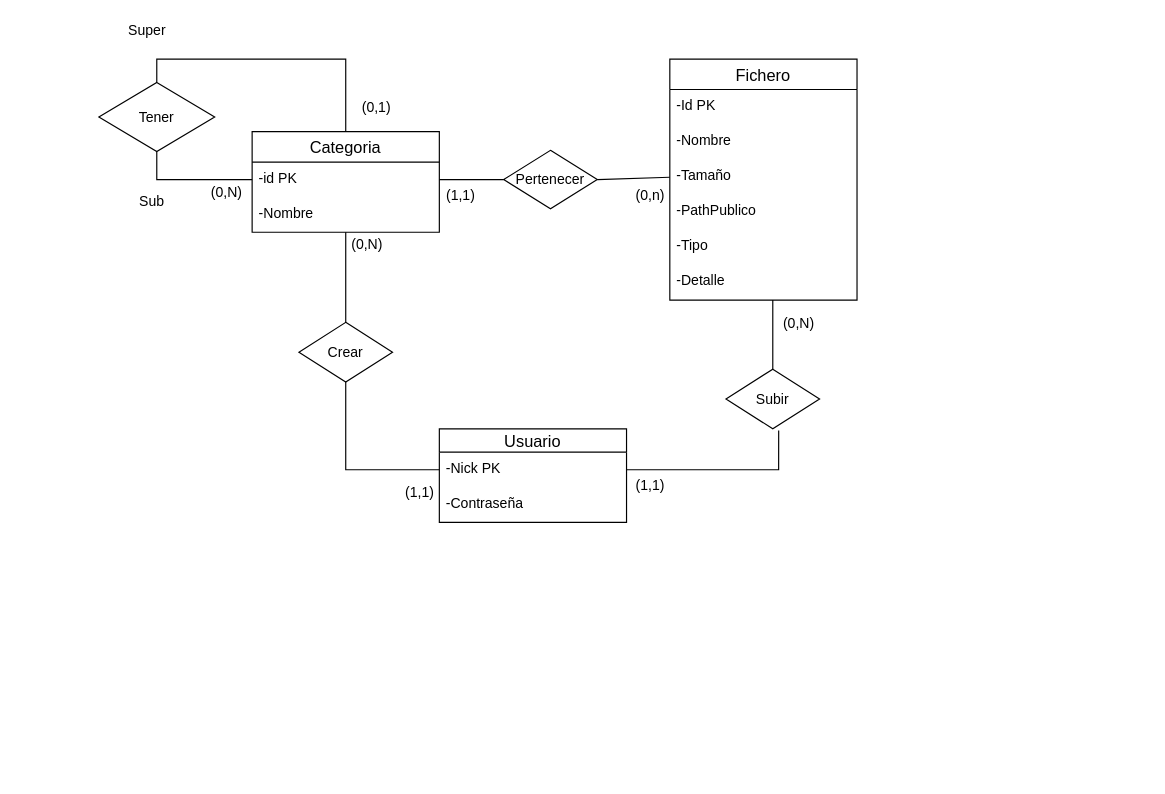
Above: diagramaProyectoMultimedia.drawio.xml in JoanHurtadoKuin/ProyectoGestorMultimedia (draw.io), before the change. Source tidied: cells renumbered, new cells numbered last; positions are measured from the earlier drawing's top-left corner, leaving out a move shared by most shapes. Both pictures are drawn from the tidied source at 117%, with x=0, y=0 at pixel (98, 20).
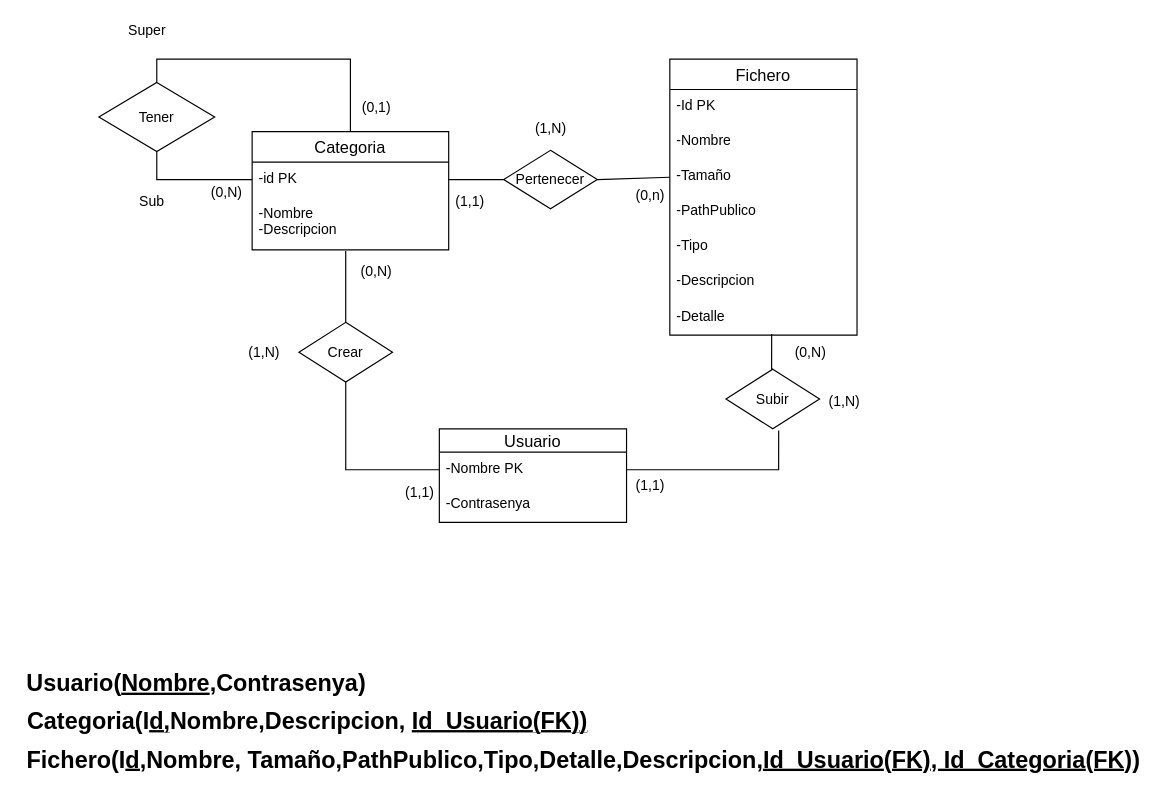
Above is the later version.

The change refers to these unchanged cells:
```xml
<mxCell id="2" value="Usuario" style="swimlane;fontStyle=0;horizontal=1;startSize=20;align=center;fontSize=14;" parent="1" vertex="1">
  <mxGeometry x="291" y="349" width="160" height="80" as="geometry" />
</mxCell>
<mxCell id="21" value="Subir" style="rhombus;whiteSpace=wrap;html=1;" parent="1" vertex="1">
  <mxGeometry x="536" y="298" width="80" height="51" as="geometry" />
</mxCell>
<mxCell id="26" value="Crear" style="rhombus;whiteSpace=wrap;html=1;" parent="1" vertex="1">
  <mxGeometry x="171" y="258" width="80" height="51" as="geometry" />
</mxCell>
```

Change to the diagram source:
```diff
@@
-    <mxCell id="3" value="-Nick PK" style="text;strokeColor=none;fillColor=none;spacingLeft=4;spacingRight=4;overflow=hidden;points=[[0,0.5],[1,0.5]];portConstraint=eastwest;fontSize=12;" parent="2" vertex="1">
+    <mxCell id="3" value="-Nombre PK" style="text;strokeColor=none;fillColor=none;spacingLeft=4;spacingRight=4;overflow=hidden;points=[[0,0.5],[1,0.5]];portConstraint=eastwest;fontSize=12;" parent="2" vertex="1">
       <mxGeometry y="20" width="160" height="30" as="geometry" />
     </mxCell>
-    <mxCell id="4" value="-Contraseña" style="text;strokeColor=none;fillColor=none;spacingLeft=4;spacingRight=4;overflow=hidden;fontSize=12;" parent="2" vertex="1">
+    <mxCell id="4" value="-Contrasenya" style="text;strokeColor=none;fillColor=none;spacingLeft=4;spacingRight=4;overflow=hidden;fontSize=12;" parent="2" vertex="1">
       <mxGeometry y="50" width="160" height="30" as="geometry" />
     </mxCell>
     <mxCell id="5" value="Fichero" style="swimlane;fontStyle=0;horizontal=1;startSize=26;align=center;fontSize=14;" parent="1" vertex="1">
-      <mxGeometry x="488" y="33" width="160" height="206" as="geometry" />
+      <mxGeometry x="488" y="33" width="160" height="236" as="geometry" />
     </mxCell>
@@
+    <mxCell id="37" value="-Descripcion" style="text;strokeColor=none;fillColor=none;spacingLeft=4;spacingRight=4;overflow=hidden;fontSize=12;" parent="5" vertex="1">
+      <mxGeometry y="176" width="160" height="30" as="geometry" />
+    </mxCell>
     <mxCell id="11" value="-Detalle" style="text;strokeColor=none;fillColor=none;spacingLeft=4;spacingRight=4;overflow=hidden;points=[[0,0.5],[1,0.5]];portConstraint=eastwest;fontSize=12;" parent="5" vertex="1">
-      <mxGeometry y="176" width="160" height="30" as="geometry" />
+      <mxGeometry y="206" width="160" height="30" as="geometry" />
     </mxCell>
     <mxCell id="12" value="Categoria" style="swimlane;fontStyle=0;horizontal=1;startSize=26;align=center;fontSize=14;fillColor=default;" parent="1" vertex="1">
-      <mxGeometry x="131" y="95" width="160" height="86" as="geometry" />
+      <mxGeometry x="131" y="95" width="168" height="101" as="geometry" />
     </mxCell>
     <mxCell id="13" value="-id PK" style="text;strokeColor=none;fillColor=none;spacingLeft=4;spacingRight=4;overflow=hidden;points=[[0,0.5],[1,0.5]];portConstraint=eastwest;fontSize=12;" parent="12" vertex="1">
-      <mxGeometry y="26" width="160" height="30" as="geometry" />
+      <mxGeometry y="26" width="168" height="30" as="geometry" />
     </mxCell>
-    <mxCell id="14" value="-Nombre" style="text;strokeColor=none;fillColor=none;spacingLeft=4;spacingRight=4;overflow=hidden;points=[[0,0.5],[1,0.5]];portConstraint=eastwest;fontSize=12;" parent="12" vertex="1">
-      <mxGeometry y="56" width="160" height="30" as="geometry" />
+    <mxCell id="14" value="-Nombre&#10;-Descripcion" style="text;strokeColor=none;fillColor=none;spacingLeft=4;spacingRight=4;overflow=hidden;points=[[0,0.5],[1,0.5]];portConstraint=eastwest;fontSize=12;" parent="12" vertex="1">
+      <mxGeometry y="56" width="168" height="45" as="geometry" />
     </mxCell>
@@
     <mxCell id="19" value="(1,1)" style="text;html=1;align=center;verticalAlign=middle;strokeColor=none;fillColor=none;" parent="1" vertex="1">
-      <mxGeometry x="291" y="141" width="35" height="18" as="geometry" />
+      <mxGeometry x="299" y="146" width="35" height="18" as="geometry" />
     </mxCell>
-    <mxCell id="20" style="edgeStyle=orthogonalEdgeStyle;rounded=0;jettySize=auto;html=1;exitX=0.5;exitY=0;exitDx=0;exitDy=0;endArrow=none;endFill=0;" parent="1" edge="1" source="21">
-      <mxGeometry relative="1" as="geometry">
-        <mxPoint x="576" y="239" as="targetPoint" />
-      </mxGeometry>
-    </mxCell>
+    <mxCell id="38" style="edgeStyle=orthogonalEdgeStyle;rounded=0;jettySize=auto;html=1;exitX=0.5;exitY=0;exitDx=0;exitDy=0;entryX=0.544;entryY=0.967;entryDx=0;entryDy=0;entryPerimeter=0;fontSize=20;endArrow=none;endFill=0;" parent="1" edge="1" source="21" target="11">
+      <mxGeometry relative="1" as="geometry" />
+    </mxCell>
@@
     <mxCell id="23" value="(0,N)" style="text;html=1;align=center;verticalAlign=middle;strokeColor=none;fillColor=none;" parent="1" vertex="1">
-      <mxGeometry x="579" y="250" width="37" height="18" as="geometry" />
+      <mxGeometry x="589" y="274.5" width="37" height="18" as="geometry" />
     </mxCell>
@@
-    <mxCell id="25" style="rounded=0;jettySize=auto;html=1;exitX=0.5;exitY=0;exitDx=0;exitDy=0;endArrow=none;endFill=0;" parent="1" edge="1" source="26" target="14">
+    <mxCell id="25" style="edgeStyle=orthogonalEdgeStyle;rounded=0;jettySize=auto;html=1;exitX=0.5;exitY=0;exitDx=0;exitDy=0;entryX=0.476;entryY=1.022;entryDx=0;entryDy=0;entryPerimeter=0;fontSize=20;endArrow=none;endFill=0;" parent="1" edge="1" source="26" target="14">
       <mxGeometry relative="1" as="geometry" />
     </mxCell>
@@
     <mxCell id="28" value="(0,N)" style="text;html=1;align=center;verticalAlign=middle;strokeColor=none;fillColor=none;" parent="1" vertex="1">
-      <mxGeometry x="210" y="183" width="37" height="18" as="geometry" />
+      <mxGeometry x="218" y="206" width="37" height="18" as="geometry" />
     </mxCell>
@@
+    <mxCell id="39" value="(1,N)" style="text;html=1;align=center;verticalAlign=middle;strokeColor=none;fillColor=none;" parent="1" vertex="1">
+      <mxGeometry x="367.5" y="84" width="37" height="18" as="geometry" />
+    </mxCell>
+    <mxCell id="40" value="(1,N)" style="text;html=1;align=center;verticalAlign=middle;strokeColor=none;fillColor=none;" parent="1" vertex="1">
+      <mxGeometry x="122" y="274.5" width="37" height="18" as="geometry" />
+    </mxCell>
+    <mxCell id="41" value="(1,N)" style="text;html=1;align=center;verticalAlign=middle;strokeColor=none;fillColor=none;" parent="1" vertex="1">
+      <mxGeometry x="618" y="317" width="37" height="18" as="geometry" />
+    </mxCell>
+    <mxCell id="42" value="&lt;font style=&quot;font-size: 20px;&quot;&gt;&lt;b&gt;Usuario(&lt;u&gt;Nombre&lt;/u&gt;,Contrasenya)&lt;/b&gt;&lt;/font&gt;" style="text;html=1;align=center;verticalAlign=middle;strokeColor=none;fillColor=none;" parent="1" vertex="1">
+      <mxGeometry x="-67" y="555" width="300" height="21" as="geometry" />
+    </mxCell>
+    <mxCell id="43" value="&lt;b&gt;Categoria(I&lt;u&gt;d,&lt;/u&gt;Nombre,Descripcion, &lt;u&gt;Id_Usuario&lt;/u&gt;&lt;/b&gt;&lt;b&gt;&lt;u&gt;(FK)&lt;/u&gt;&lt;/b&gt;&lt;b&gt;&lt;u&gt;)&lt;/u&gt;&lt;/b&gt;" style="text;html=1;align=center;verticalAlign=middle;strokeColor=none;fillColor=none;fontSize=20;" parent="1" vertex="1">
+      <mxGeometry x="-67" y="584" width="489" height="28" as="geometry" />
+    </mxCell>
+    <mxCell id="44" value="&lt;b&gt;Fichero(I&lt;u&gt;d,&lt;/u&gt;Nombre, Tamaño,PathPublico,Tipo,Detalle,Descripcion,&lt;u&gt;Id_Usuario&lt;/u&gt;&lt;/b&gt;&lt;b&gt;&lt;u&gt;(FK)&lt;/u&gt;&lt;/b&gt;&lt;b&gt;&lt;u&gt;,&amp;nbsp;Id_Categoria&lt;/u&gt;&lt;/b&gt;&lt;b&gt;&lt;u&gt;(FK)&lt;/u&gt;&lt;/b&gt;&lt;b&gt;&lt;u&gt;)&lt;/u&gt;&lt;/b&gt;" style="text;html=1;align=center;verticalAlign=middle;strokeColor=none;fillColor=none;fontSize=20;" parent="1" vertex="1">
+      <mxGeometry x="-67" y="617" width="962" height="28" as="geometry" />
+    </mxCell>
```
